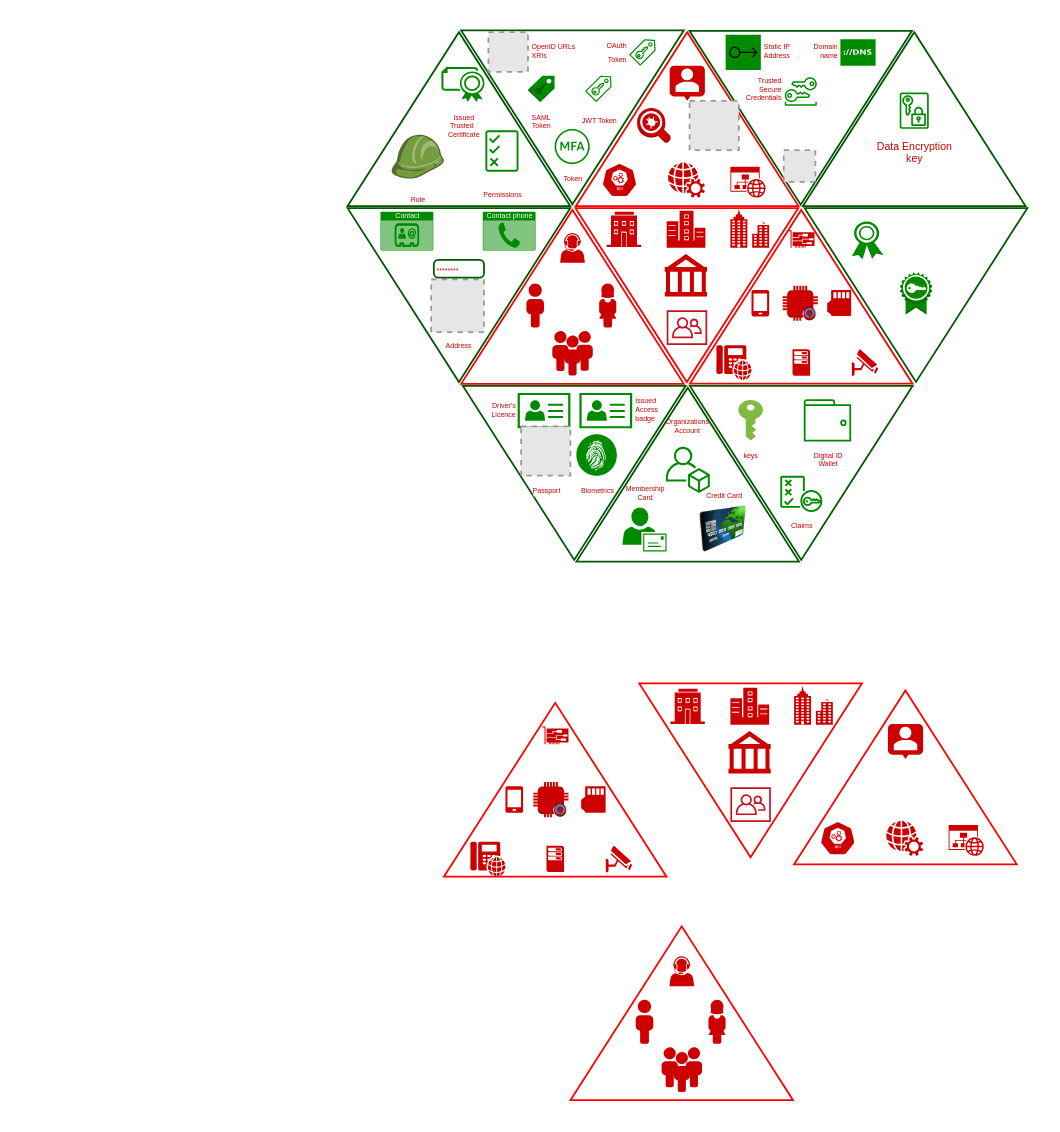
Above: page "Page-1" (1 of 2) of Identity.drawio in gaurjain/drawio (draw.io), before the change. Source tidied: cells renumbered, new cells numbered last; positions are measured from the earlier drawing's top-left corner, leaving out a move shared by most shapes. Both pictures are drawn from the tidied source at 176%, with x=0, y=0 at pixel (347, 30). Pictures stored in the file or linked from it are replaced by grey dashed boxes.
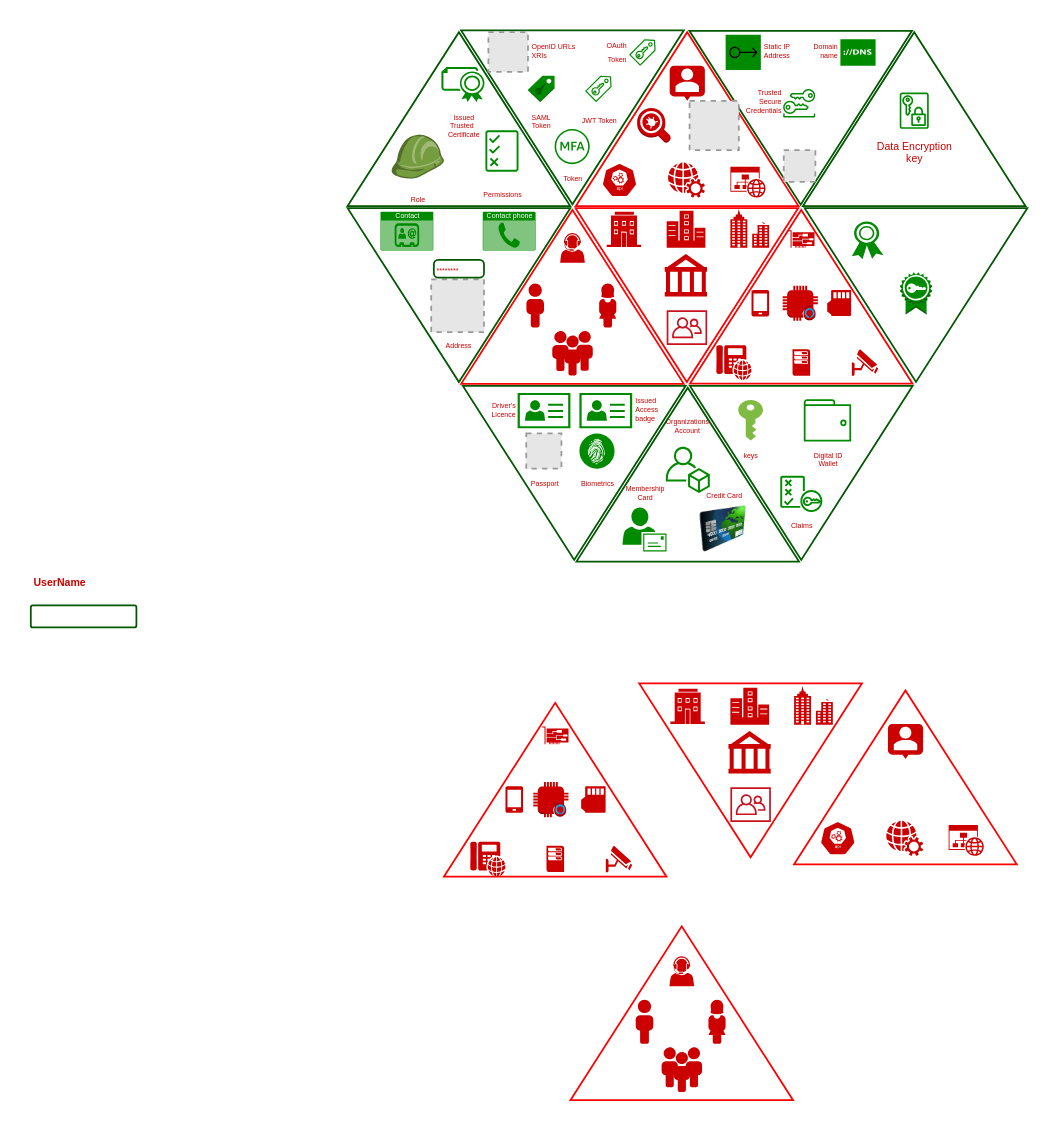
The same page after the edit.

Unchanged cells that the change refers to:
```xml
<mxCell id="31" style="group;" parent="1" vertex="1">
  <mxGeometry y="0.8" width="386.2" height="300.8" as="geometry" />
</mxCell>
<mxCell id="55" style="group;" parent="53" vertex="1">
  <mxGeometry x="64.2" width="190.1" height="98.8" as="geometry" />
</mxCell>
```

What changed in the source:
```diff
@@
     <mxCell id="47" value="Biometrics" style="verticalLabelPosition=bottom;html=1;fillColor=#008a00;verticalAlign=top;align=center;shape=mxgraph.cisco_safe.capability.identity_authorization;shadow=0;labelBackgroundColor=none;strokeColor=none;strokeWidth=1;fontSize=4;fontColor=#CC0000;labelPosition=center;" parent="31" vertex="1">
-      <mxGeometry x="130" y="228.4" width="23" height="23.6" as="geometry" />
+      <mxGeometry x="131.7" y="228" width="20" height="20" as="geometry" />
     </mxCell>
@@
-    <mxCell id="50" value="Passport" style="fillColor=#E6E6E6;strokeColor=#999999;dashed=1;html=1;verticalAlign=top;verticalLabelPosition=bottom;labelBackgroundColor=#ffffff;fontSize=4;fontColor=#CC0000;labelPosition=center;align=center;" parent="31" vertex="1">
-      <mxGeometry x="98.6" y="224" width="28" height="28" as="geometry" />
-    </mxCell>
@@
     <mxCell id="63" value="Trusted &lt;br style=&quot;font-size: 4px;&quot;&gt;Secure&lt;br style=&quot;font-size: 4px;&quot;&gt;Credentials" style="fontColor=#CC0000;fillColor=#008a00;strokeColor=none;dashed=0;verticalLabelPosition=middle;verticalAlign=middle;align=right;html=1;fontSize=4;fontStyle=0;shape=mxgraph.aws4.long_term_security_credential;shadow=0;labelBackgroundColor=none;labelPosition=left;" parent="55" vertex="1">
-      <mxGeometry x="118.7" y="21.5" width="18.2" height="24.3" as="geometry" />
+      <mxGeometry x="117.8" y="28.2" width="18.2" height="24.3" as="geometry" />
     </mxCell>
@@
+    <mxCell id="50" value="Passport" style="fillColor=#E6E6E6;strokeColor=#999999;dashed=1;html=1;verticalAlign=top;verticalLabelPosition=bottom;labelBackgroundColor=none;fontSize=4;fontColor=#CC0000;" parent="31" vertex="1">
+      <mxGeometry x="101.5" y="228" width="20" height="20" as="geometry" />
+    </mxCell>
+    <mxCell id="102" value="&lt;font style=&quot;font-size: 6px&quot; color=&quot;#cc0000&quot;&gt;UserName&lt;/font&gt;" style="fillColor=none;strokeColor=none;html=1;fontSize=11;fontStyle=0;align=left;fontColor=#596780;fontStyle=1;fontSize=11;labelBackgroundColor=none;" parent="1" vertex="1">
+      <mxGeometry x="-180" y="301.5" width="40" height="20" as="geometry" />
+    </mxCell>
+    <mxCell id="103" style="rounded=1;arcSize=9;align=left;spacingLeft=5;strokeColor=#005700;html=1;strokeWidth=1;fontSize=12;labelBackgroundColor=none;fillColor=none;fontColor=#ffffff;" parent="1" vertex="1">
+      <mxGeometry x="-180" y="326.5" width="60" height="12.5" as="geometry" />
+    </mxCell>
```
